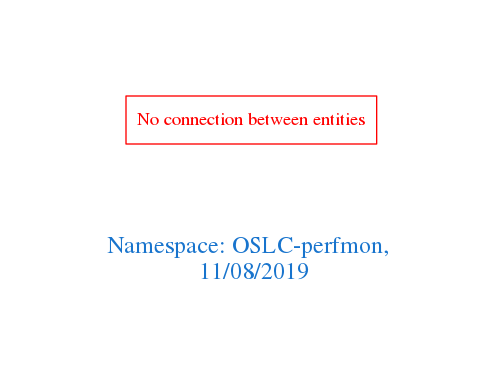
Earlier version of the Graphviz export downloads/OSLC-perfmon.png (arago/OGIT). Its source is kept beside it as downloads/OSLC-perfmon.dot.
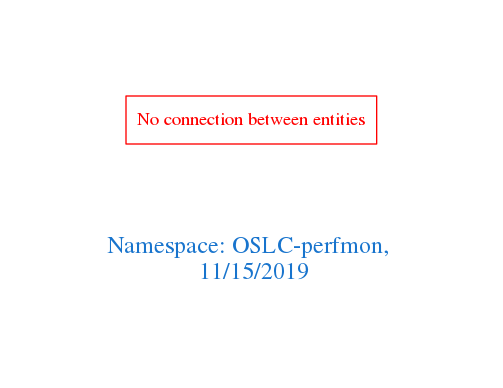
The same diagram one commit later.

What changed in the source:
```diff
@@ -1,7 +1,7 @@
 digraph OGIT_ontology {
  graph [ rankdir= LR,pad=1
 fontsize = 18,
-fontcolor= dodgerblue3,label = "\n\n\nNamespace: OSLC-perfmon, \n 11/08/2019"];
+fontcolor= dodgerblue3,label = "\n\n\nNamespace: OSLC-perfmon, \n 11/15/2019"];
 node[shape=polygon];
 edge [  color="gray81"];
 
```
